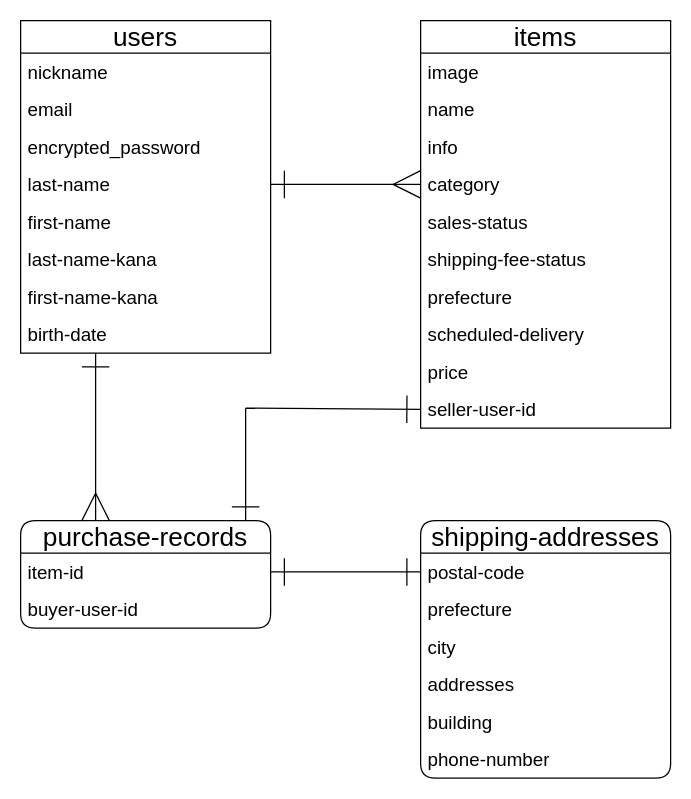
Above: test.dio in Tsuchinoko9/furima-39548 (draw.io), before the change. Source tidied: cells renumbered, new cells numbered last; positions are measured from the earlier drawing's top-left corner, leaving out a move shared by most shapes. Both pictures are drawn from the tidied source at 125%, with x=0, y=0 at pixel (20, 20).
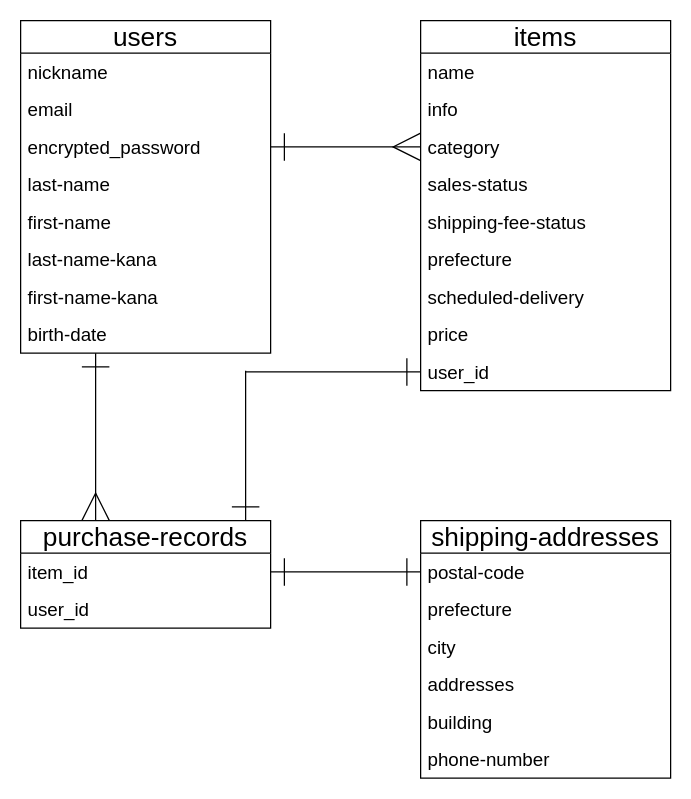
The same diagram, later.

Commit message (it also covers changes not shown here):
READMEにデータベース設定を記述(ER図を修正)

The change refers to these unchanged cells:
```xml
<mxCell id="5" value="encrypted_password" style="text;strokeColor=none;fillColor=none;spacingLeft=4;spacingRight=4;overflow=hidden;points=[[0,0.5],[1,0.5]];portConstraint=eastwest;fontSize=15;" parent="2" vertex="1">
  <mxGeometry y="86" width="200" height="30" as="geometry" />
</mxCell>
<mxCell id="6" value="last-name" style="text;strokeColor=none;fillColor=none;spacingLeft=4;spacingRight=4;overflow=hidden;points=[[0,0.5],[1,0.5]];portConstraint=eastwest;fontSize=15;" parent="2" vertex="1">
  <mxGeometry y="116" width="200" height="30" as="geometry" />
</mxCell>
```

Diff of the diagram source:
```diff
@@
     <mxCell id="11" value="items" style="swimlane;fontStyle=0;horizontal=1;startSize=26;align=center;fontSize=21;verticalAlign=bottom;" parent="1" vertex="1">
-      <mxGeometry x="320" width="200" height="326" as="geometry" />
+      <mxGeometry x="320" width="200" height="296" as="geometry" />
     </mxCell>
-    <mxCell id="12" value="image" style="text;strokeColor=none;fillColor=none;spacingLeft=4;spacingRight=4;overflow=hidden;fontSize=15;" parent="11" vertex="1">
-      <mxGeometry y="26" width="200" height="30" as="geometry" />
-    </mxCell>
     <mxCell id="13" value="name" style="text;strokeColor=none;fillColor=none;spacingLeft=4;spacingRight=4;overflow=hidden;fontSize=15;" parent="11" vertex="1">
-      <mxGeometry y="56" width="200" height="30" as="geometry" />
+      <mxGeometry y="26" width="200" height="30" as="geometry" />
     </mxCell>
     <mxCell id="14" value="info" style="text;strokeColor=none;fillColor=none;spacingLeft=4;spacingRight=4;overflow=hidden;fontSize=15;" parent="11" vertex="1">
-      <mxGeometry y="86" width="200" height="30" as="geometry" />
+      <mxGeometry y="56" width="200" height="30" as="geometry" />
     </mxCell>
     <mxCell id="15" value="category" style="text;strokeColor=none;fillColor=none;spacingLeft=4;spacingRight=4;overflow=hidden;points=[[0,0.5],[1,0.5]];portConstraint=eastwest;fontSize=15;" parent="11" vertex="1">
-      <mxGeometry y="116" width="200" height="30" as="geometry" />
+      <mxGeometry y="86" width="200" height="30" as="geometry" />
     </mxCell>
     <mxCell id="16" value="sales-status" style="text;strokeColor=none;fillColor=none;spacingLeft=4;spacingRight=4;overflow=hidden;fontSize=15;" parent="11" vertex="1">
-      <mxGeometry y="146" width="200" height="30" as="geometry" />
+      <mxGeometry y="116" width="200" height="30" as="geometry" />
     </mxCell>
     <mxCell id="17" value="shipping-fee-status" style="text;strokeColor=none;fillColor=none;spacingLeft=4;spacingRight=4;overflow=hidden;fontSize=15;" parent="11" vertex="1">
-      <mxGeometry y="176" width="200" height="30" as="geometry" />
+      <mxGeometry y="146" width="200" height="30" as="geometry" />
     </mxCell>
     <mxCell id="18" value="prefecture" style="text;strokeColor=none;fillColor=none;spacingLeft=4;spacingRight=4;overflow=hidden;fontSize=15;" parent="11" vertex="1">
-      <mxGeometry y="206" width="200" height="30" as="geometry" />
+      <mxGeometry y="176" width="200" height="30" as="geometry" />
     </mxCell>
     <mxCell id="19" value="scheduled-delivery" style="text;strokeColor=none;fillColor=none;spacingLeft=4;spacingRight=4;overflow=hidden;fontSize=15;" parent="11" vertex="1">
-      <mxGeometry y="236" width="200" height="30" as="geometry" />
+      <mxGeometry y="206" width="200" height="30" as="geometry" />
     </mxCell>
     <mxCell id="20" value="price" style="text;strokeColor=none;fillColor=none;spacingLeft=4;spacingRight=4;overflow=hidden;fontSize=15;" parent="11" vertex="1">
-      <mxGeometry y="266" width="200" height="30" as="geometry" />
+      <mxGeometry y="236" width="200" height="30" as="geometry" />
     </mxCell>
-    <mxCell id="21" value="seller-user-id" style="text;strokeColor=none;fillColor=none;spacingLeft=4;spacingRight=4;overflow=hidden;points=[[0,0.5],[1,0.5]];portConstraint=eastwest;fontSize=15;" parent="11" vertex="1">
-      <mxGeometry y="296" width="200" height="30" as="geometry" />
+    <mxCell id="21" value="user_id" style="text;strokeColor=none;fillColor=none;spacingLeft=4;spacingRight=4;overflow=hidden;points=[[0,0.5],[1,0.5]];portConstraint=eastwest;fontSize=15;" parent="11" vertex="1">
+      <mxGeometry y="266" width="200" height="30" as="geometry" />
     </mxCell>
-    <mxCell id="22" value="&#10;purchase-records" style="swimlane;fontStyle=0;horizontal=1;startSize=26;align=center;fontSize=21;verticalAlign=bottom;rounded=1;" parent="1" vertex="1">
+    <mxCell id="22" value="&#10;purchase-records" style="swimlane;fontStyle=0;horizontal=1;startSize=26;align=center;fontSize=21;verticalAlign=bottom;rounded=0;" parent="1" vertex="1">
       <mxGeometry y="400" width="200" height="86" as="geometry" />
     </mxCell>
-    <mxCell id="23" value="item-id" style="text;strokeColor=none;fillColor=none;spacingLeft=4;spacingRight=4;overflow=hidden;points=[[0,0.5],[1,0.5]];portConstraint=eastwest;fontSize=15;" parent="22" vertex="1">
+    <mxCell id="23" value="item_id" style="text;strokeColor=none;fillColor=none;spacingLeft=4;spacingRight=4;overflow=hidden;points=[[0,0.5],[1,0.5]];portConstraint=eastwest;fontSize=15;" parent="22" vertex="1">
       <mxGeometry y="26" width="200" height="30" as="geometry" />
     </mxCell>
-    <mxCell id="24" value="buyer-user-id" style="text;strokeColor=none;fillColor=none;spacingLeft=4;spacingRight=4;overflow=hidden;fontSize=15;" parent="22" vertex="1">
+    <mxCell id="24" value="user_id" style="text;strokeColor=none;fillColor=none;spacingLeft=4;spacingRight=4;overflow=hidden;fontSize=15;" parent="22" vertex="1">
       <mxGeometry y="56" width="200" height="30" as="geometry" />
     </mxCell>
-    <mxCell id="25" value="shipping-addresses" style="swimlane;fontStyle=0;horizontal=1;startSize=26;align=center;fontSize=21;verticalAlign=bottom;rounded=1;" parent="1" vertex="1">
+    <mxCell id="25" value="shipping-addresses" style="swimlane;fontStyle=0;horizontal=1;startSize=26;align=center;fontSize=21;verticalAlign=bottom;rounded=0;" parent="1" vertex="1">
       <mxGeometry x="320" y="400" width="200" height="206" as="geometry" />
     </mxCell>
@@
-    <mxCell id="32" style="edgeStyle=none;html=1;exitX=1;exitY=0.5;exitDx=0;exitDy=0;entryX=0;entryY=0.5;entryDx=0;entryDy=0;fontSize=21;startArrow=ERone;startFill=0;endArrow=ERmany;endFill=0;targetPerimeterSpacing=0;strokeColor=default;sourcePerimeterSpacing=0;jumpSize=6;strokeWidth=1;endSize=20;startSize=20;" parent="1" edge="1" source="6" target="15">
+    <mxCell id="32" style="edgeStyle=none;html=1;exitX=1;exitY=0.5;exitDx=0;exitDy=0;entryX=0;entryY=0.5;entryDx=0;entryDy=0;fontSize=21;startArrow=ERone;startFill=0;endArrow=ERmany;endFill=0;targetPerimeterSpacing=0;strokeColor=default;sourcePerimeterSpacing=0;jumpSize=6;strokeWidth=1;endSize=20;startSize=20;" parent="1" edge="1" source="5" target="15">
       <mxGeometry relative="1" as="geometry" />
     </mxCell>
@@
     <mxCell id="34" style="edgeStyle=none;html=1;exitX=0;exitY=0.5;exitDx=0;exitDy=0;strokeColor=default;strokeWidth=1;fontSize=21;startArrow=ERone;startFill=0;endArrow=none;endFill=0;targetPerimeterSpacing=0;endSize=6;startSize=20;" parent="1" edge="1" source="21">
       <mxGeometry relative="1" as="geometry">
-        <mxPoint x="180" y="310" as="targetPoint" />
+        <mxPoint x="180" y="281" as="targetPoint" />
       </mxGeometry>
     </mxCell>
     <mxCell id="35" style="edgeStyle=none;html=1;strokeColor=default;strokeWidth=1;fontSize=21;startArrow=ERone;startFill=0;endArrow=none;endFill=0;targetPerimeterSpacing=0;endSize=6;startSize=20;" parent="1" edge="1">
       <mxGeometry relative="1" as="geometry">
         <mxPoint x="180" y="400" as="sourcePoint" />
-        <mxPoint x="180" y="310" as="targetPoint" />
+        <mxPoint x="180" y="280" as="targetPoint" />
       </mxGeometry>
     </mxCell>
```
